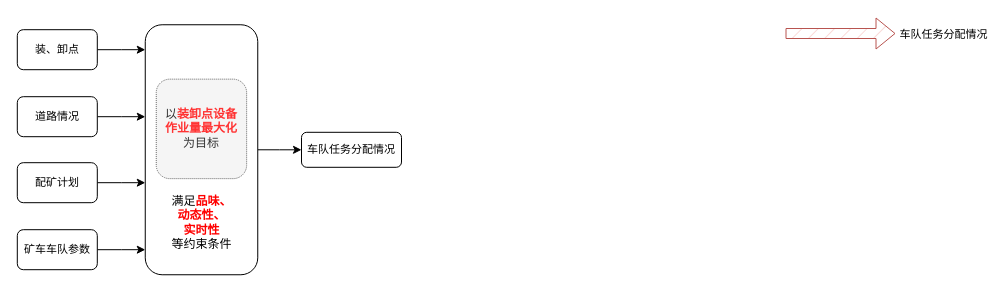
agzy1998/MarkDownPhotos keeps this draw.io diagram as 矿卡任务调度算法.drawio. Above is the earlier version. Source tidied: cells renumbered, new cells numbered last; positions are measured from the earlier drawing's top-left corner, leaving out a move shared by most shapes. Both pictures are drawn from the tidied source at 100%, with x=0, y=0 at pixel (17, 29).
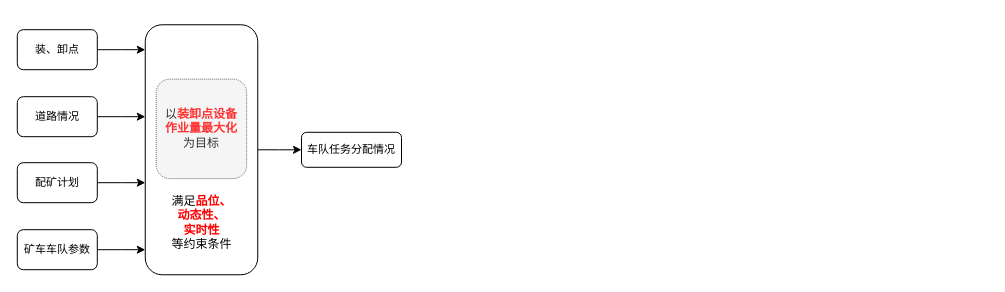
The same page after the edit.

Commit message:
更新矿卡任务调度算法.drawio

Diff of the diagram source:
```diff
@@
-    <mxCell id="5" value="满足&lt;b&gt;&lt;font color=&quot;#ff0000&quot;&gt;品味、&lt;/font&gt;&lt;/b&gt;&lt;div&gt;&lt;b&gt;&lt;font color=&quot;#ff0000&quot;&gt;动态性、&lt;/font&gt;&lt;/b&gt;&lt;/div&gt;&lt;div&gt;&lt;b&gt;&lt;font color=&quot;#ff0000&quot;&gt;实时性&lt;/font&gt;&lt;/b&gt;&lt;/div&gt;&lt;div&gt;等约束条件&lt;/div&gt;" style="text;align=center;verticalAlign=middle;html=1;shadow=0;textShadow=0;" parent="1" vertex="1">
+    <mxCell id="5" value="满足&lt;b&gt;&lt;font color=&quot;#ff0000&quot;&gt;品位、&lt;/font&gt;&lt;/b&gt;&lt;div&gt;&lt;b&gt;&lt;font color=&quot;#ff0000&quot;&gt;动态性、&lt;/font&gt;&lt;/b&gt;&lt;/div&gt;&lt;div&gt;&lt;b&gt;&lt;font color=&quot;#ff0000&quot;&gt;实时性&lt;/font&gt;&lt;/b&gt;&lt;/div&gt;&lt;div&gt;等约束条件&lt;/div&gt;" style="text;align=center;verticalAlign=middle;html=1;shadow=0;textShadow=0;" parent="1" vertex="1">
       <mxGeometry x="144" y="157.8" width="80" height="70" as="geometry" />
     </mxCell>
@@
-    <mxCell id="14" style="shape=flexArrow;endArrow=classic;html=1;rounded=1;fillColor=#f8cecc;strokeColor=#b85450;fillStyle=hatch;shadow=0;flowAnimation=0;" parent="1" edge="1">
-      <mxGeometry relative="1" as="geometry">
-        <mxPoint x="768" y="4" as="sourcePoint" />
-        <mxPoint x="878" y="4" as="targetPoint" />
-      </mxGeometry>
-    </mxCell>
-    <mxCell id="15" value="车队任务分配情况" style="edgeLabel;html=1;align=center;verticalAlign=middle;" parent="14" vertex="1">
-      <mxGeometry x="0.14" y="4" relative="1" as="geometry">
-        <mxPoint x="94" y="4" as="offset" />
-      </mxGeometry>
-    </mxCell>
```
